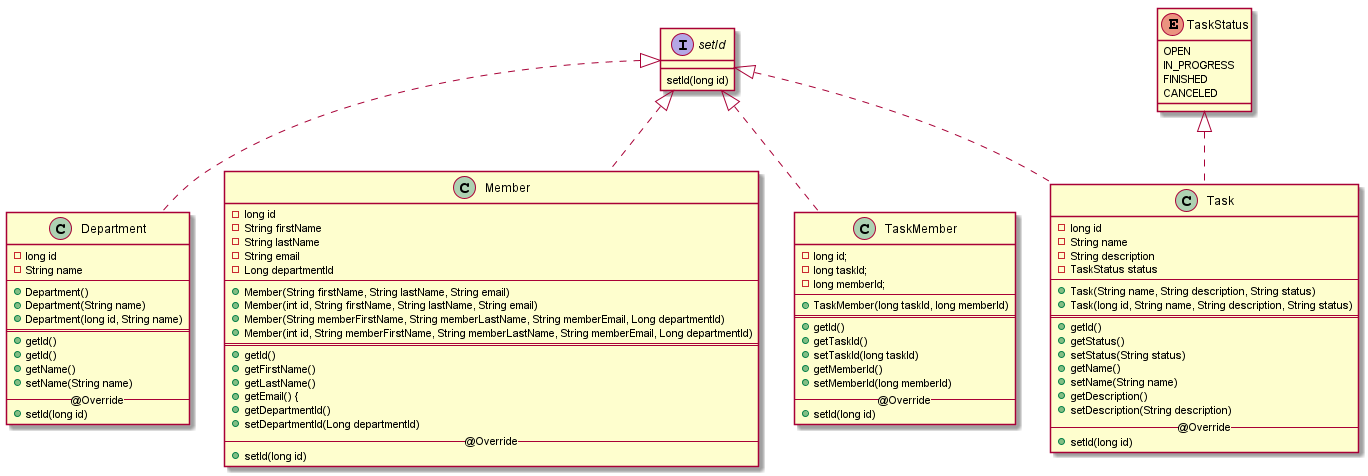
Before: docs/member_structure.png, a diagram exported from PlantUML (ghandeland/http-server-exam).
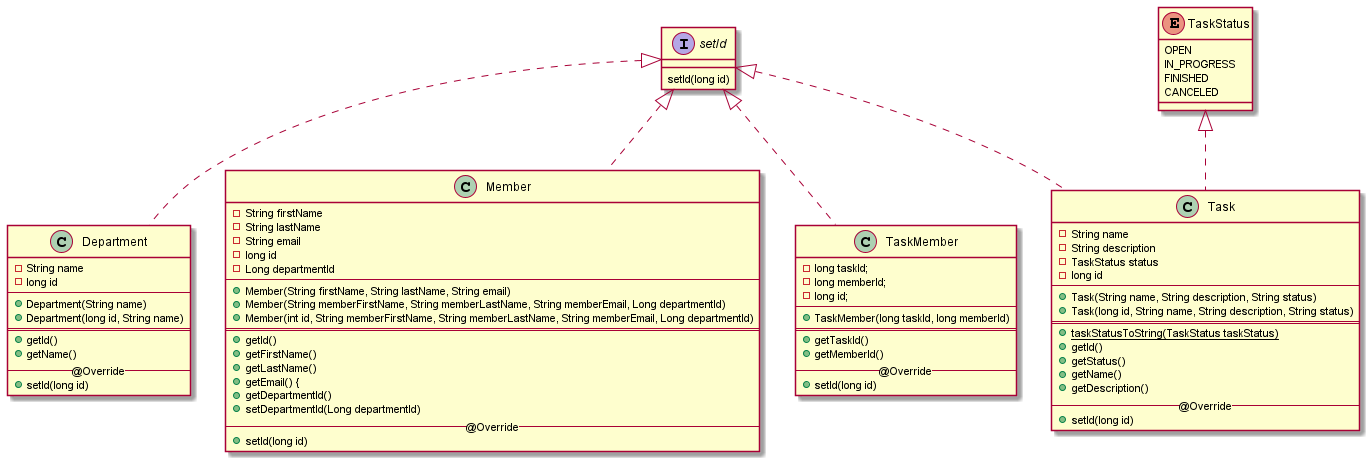
The same file after the commit.

The edit, as a diff of the source:
```diff
@@ -5,30 +5,26 @@
 }
 
 class Department implements setId {
+    {field} - String name
     {field} - long id
-    {field} - String name
     --
-    {method} + Department()
     {method} + Department(String name)
     {method} + Department(long id, String name)
     ==
     {method} + getId()
-    {method} + getId()
     {method} + getName()
-    {method} + setName(String name)
     --@Override--
     {method} + setId(long id)
 }
 
 class Member implements setId {
-    {field} - long id
     {field} - String firstName
     {field} - String lastName
     {field} - String email
+    {field} - long id
     {field} - Long departmentId
     --
     {method} + Member(String firstName, String lastName, String email)
-    {method} + Member(int id, String firstName, String lastName, String email)
     {method} + Member(String memberFirstName, String memberLastName, String memberEmail, Long departmentId)
     {method} + Member(int id, String memberFirstName, String memberLastName, String memberEmail, Long departmentId)
     ==
@@ -43,37 +39,32 @@
 }
 
 class Task implements setId,TaskStatus{
-    {field} - long id
     {field} - String name
     {field} - String description
     {field} - TaskStatus status
+    {field} - long id
     --
     {method} + Task(String name, String description, String status)
     {method} + Task(long id, String name, String description, String status)
     ==
+    {static} + taskStatusToString(TaskStatus taskStatus)
     {method} + getId()
     {method} + getStatus()
-    {method} + setStatus(String status)
     {method} + getName()
-    {method} + setName(String name)
     {method} + getDescription()
-    {method} + setDescription(String description)
     --@Override--
     {method} + setId(long id)
 }
 
 class TaskMember implements setId{
-    {field} - long id;
     {field} - long taskId;
     {field} - long memberId;
+    {field} - long id;
     --
     {method} + TaskMember(long taskId, long memberId)
     ==
-    {method} + getId()
     {method} + getTaskId()
-    {method} + setTaskId(long taskId)
     {method} + getMemberId()
-    {method} + setMemberId(long memberId)
     --@Override--
     {method} + setId(long id)
     }
@@ -83,7 +74,6 @@
     IN_PROGRESS
     FINISHED
     CANCELED
-    }
-
+}
 
 @enduml
```
